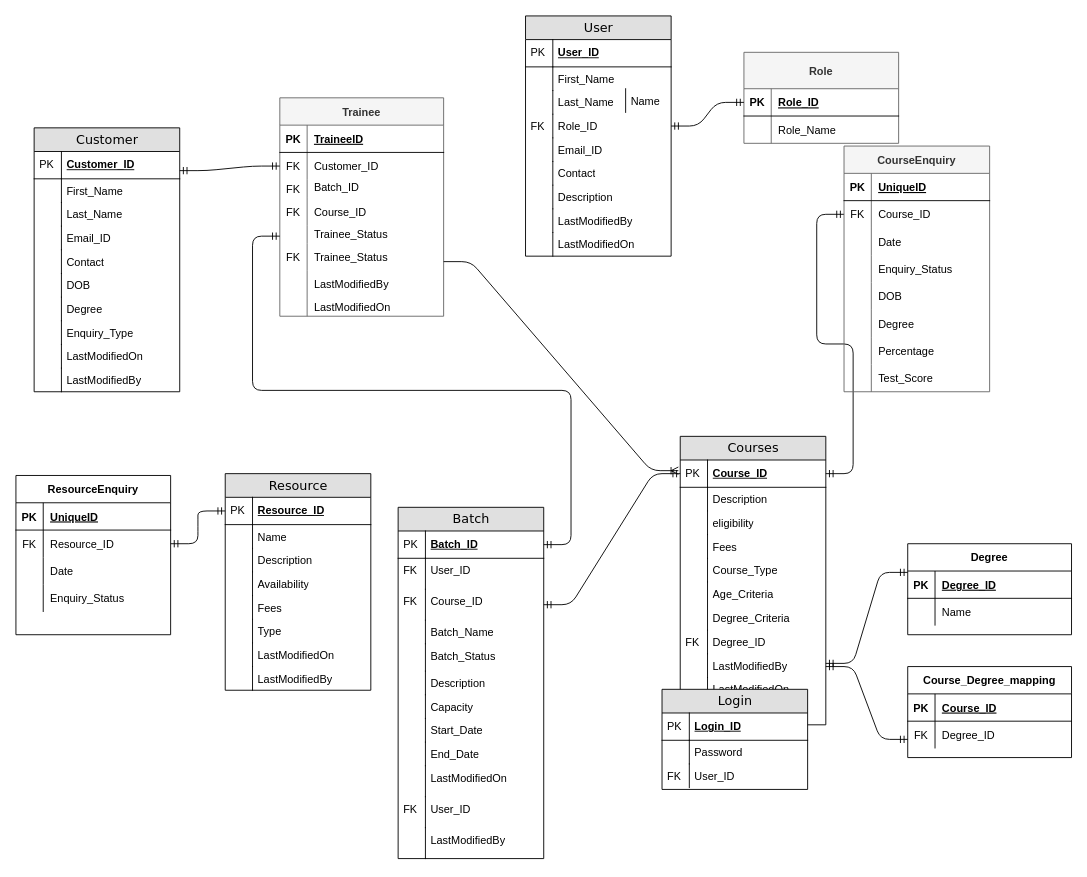
Earlier version of the draw.io diagram Untitled Diagram.drawio (sanketuttarwar/SE2_FaithInfotech). Source tidied: cells renumbered, new cells numbered last; positions are measured from the earlier drawing's top-left corner, leaving out a move shared by most shapes. Both pictures are drawn from the tidied source at 91%, with x=0, y=0 at pixel (15, 15).
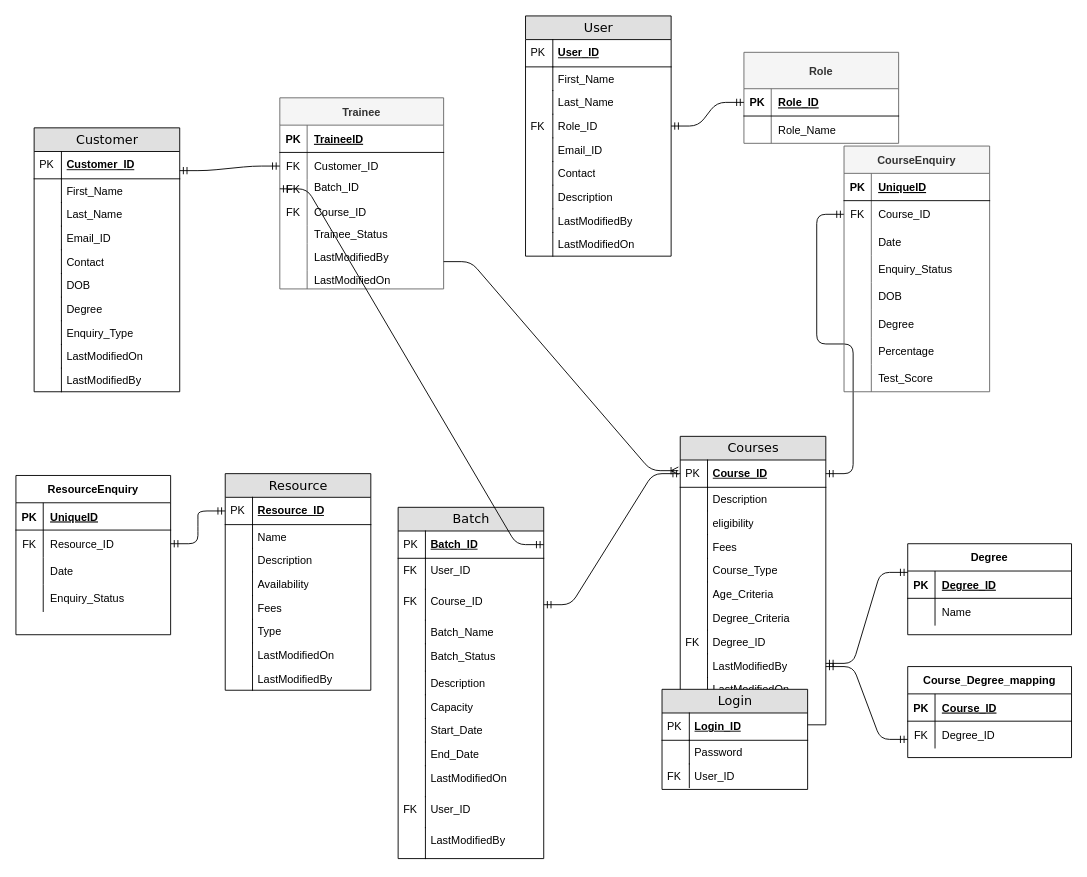
The same diagram, later.

Unchanged cells that the change refers to:
```xml
<mxCell id="34" value="Batch_ID" style="shape=partialRectangle;top=0;left=0;right=0;bottom=1;html=1;align=left;verticalAlign=middle;fillColor=none;spacingLeft=34;spacingRight=4;whiteSpace=wrap;overflow=hidden;points=[[0,0.5],[1,0.5]];portConstraint=eastwest;fontStyle=5;" parent="33" vertex="1">
  <mxGeometry y="26" width="160" height="30" as="geometry" />
</mxCell>
<mxCell id="113" style="shape=partialRectangle;fillColor=none;top=0;left=0;bottom=0;right=0;points=[[0,0.5],[1,0.5]];portConstraint=eastwest;" parent="106" vertex="1">
  <mxGeometry y="90" width="180" height="20" as="geometry" />
</mxCell>
```

The edit, as a diff of the source:
```diff
@@
     <mxCell id="106" value="Trainee" style="shape=table;startSize=30;childLayout=tableLayout;rowLines=0;fontStyle=1;align=center;fillColor=#f5f5f5;strokeColor=#666666;fontColor=#333333;" parent="1" vertex="1">
-      <mxGeometry x="290" y="90" width="180" height="240" as="geometry" />
+      <mxGeometry x="290" y="90" width="180" height="210" as="geometry" />
     </mxCell>
@@
-    <mxCell id="122" style="shape=partialRectangle;fillColor=none;top=0;left=0;bottom=0;right=0;" parent="106" vertex="1">
-      <mxGeometry y="160" width="180" height="30" as="geometry" />
-    </mxCell>
-    <mxCell id="123" value="FK" style="shape=partialRectangle;fillColor=none;top=0;left=0;bottom=0;right=0;overflow=hidden;" parent="122" vertex="1">
-      <mxGeometry width="30" height="30" as="geometry" />
-    </mxCell>
-    <mxCell id="124" value="Trainee_Status" style="shape=partialRectangle;fillColor=none;top=0;left=0;bottom=0;right=0;align=left;spacingLeft=6;overflow=hidden;" parent="122" vertex="1">
-      <mxGeometry x="30" width="150" height="30" as="geometry" />
-    </mxCell>
     <mxCell id="125" style="shape=partialRectangle;fillColor=none;top=0;left=0;bottom=0;right=0;" parent="106" vertex="1">
-      <mxGeometry y="190" width="180" height="30" as="geometry" />
+      <mxGeometry y="160" width="180" height="30" as="geometry" />
     </mxCell>
@@
     <mxCell id="128" style="shape=partialRectangle;fillColor=none;top=0;left=0;bottom=0;right=0;" parent="106" vertex="1">
-      <mxGeometry y="220" width="180" height="20" as="geometry" />
+      <mxGeometry y="190" width="180" height="20" as="geometry" />
     </mxCell>
@@
-    <mxCell id="170" style="edgeStyle=entityRelationEdgeStyle;fontSize=12;html=1;endArrow=ERmandOne;startArrow=ERmandOne;exitX=1;exitY=0.5;exitDx=0;exitDy=0;" parent="1" edge="1" source="34">
-      <mxGeometry relative="1" as="geometry">
-        <mxPoint x="290" y="242" as="targetPoint" />
-      </mxGeometry>
+    <mxCell id="170" style="edgeStyle=entityRelationEdgeStyle;fontSize=12;html=1;endArrow=ERmandOne;startArrow=ERmandOne;exitX=1;exitY=0.5;exitDx=0;exitDy=0;entryX=0;entryY=0.5;entryDx=0;entryDy=0;" parent="1" edge="1" source="34" target="113">
+      <mxGeometry relative="1" as="geometry" />
     </mxCell>
@@
-    <mxCell id="205" value="Name" style="shape=partialRectangle;top=0;left=0;right=0;bottom=0;html=1;align=left;verticalAlign=top;fillColor=none;spacingLeft=34;spacingRight=4;whiteSpace=wrap;overflow=hidden;" parent="1" vertex="1">
+    <mxCell id="205" style="shape=partialRectangle;top=0;left=0;right=0;bottom=0;html=1;align=left;verticalAlign=top;fillColor=none;spacingLeft=34;spacingRight=4;whiteSpace=wrap;overflow=hidden;" parent="1" vertex="1">
       <mxGeometry x="640" y="80" width="160" height="26" as="geometry" />
     </mxCell>
-    <mxCell id="206" style="shape=partialRectangle;top=0;left=0;bottom=0;html=1;fillColor=none;align=left;verticalAlign=top;spacingLeft=4;spacingRight=4;whiteSpace=wrap;overflow=hidden;" parent="205" vertex="1">
-      <mxGeometry width="30" height="26" as="geometry" />
-    </mxCell>
```
